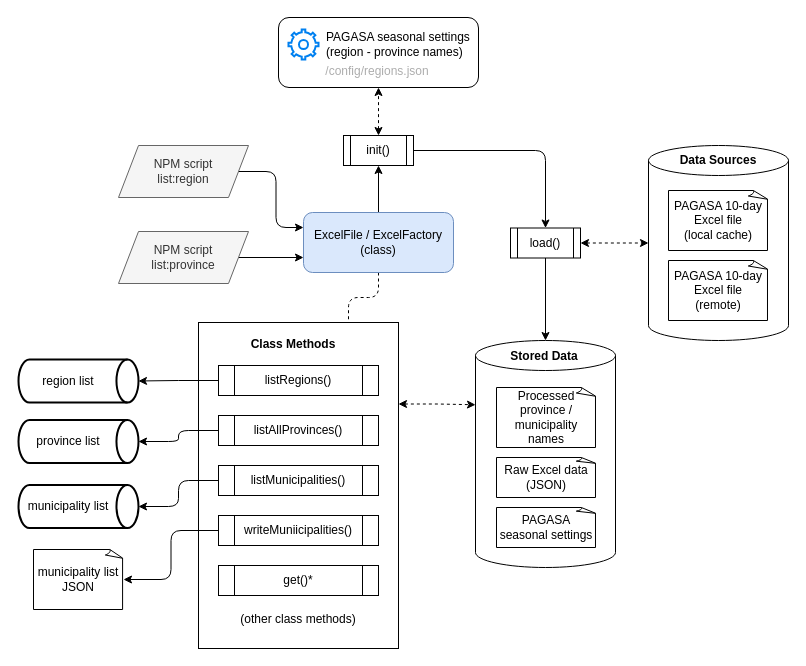
Before: docs/diagrams/ph-municipalities-arch.drawio in ciatph/ph-municipalities, a draw.io diagram. Source tidied: cells renumbered, new cells numbered last; positions are measured from the earlier drawing's top-left corner, leaving out a move shared by most shapes. Both pictures are drawn from the tidied source at 100%, with x=0, y=0 at pixel (18, 17).
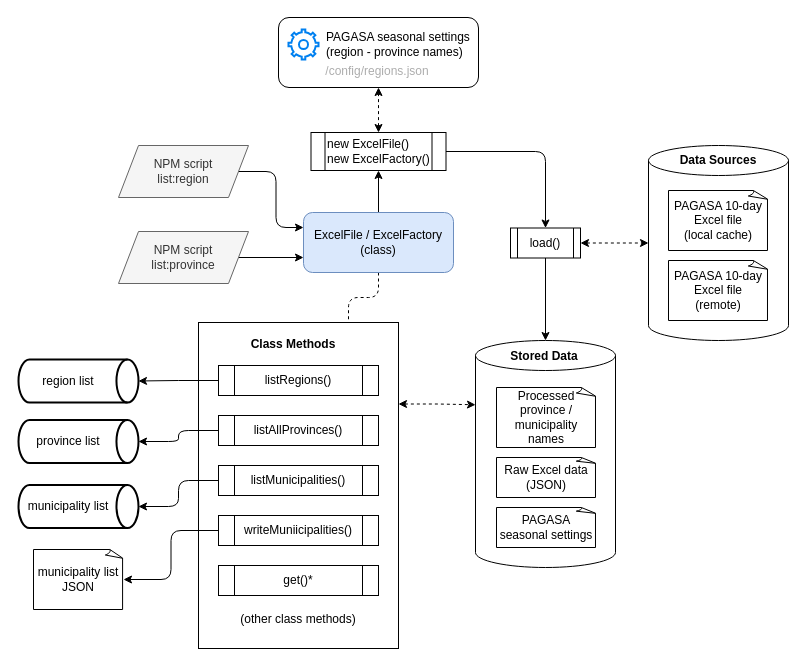
After the change.

Commit message (it also covers changes not shown here):
docs: display class initialization

Change to the diagram source:
```diff
@@
-    <mxCell id="14" value="init()" style="shape=process;whiteSpace=wrap;html=1;backgroundOutline=1;" parent="1" vertex="1">
-      <mxGeometry x="325" y="118" width="70" height="30" as="geometry" />
+    <mxCell id="14" value="new ExcelFile()&lt;br&gt;new ExcelFactory()" style="shape=process;whiteSpace=wrap;html=1;backgroundOutline=1;align=left;" parent="1" vertex="1">
+      <mxGeometry x="292.5" y="115" width="135" height="38" as="geometry" />
     </mxCell>
```
